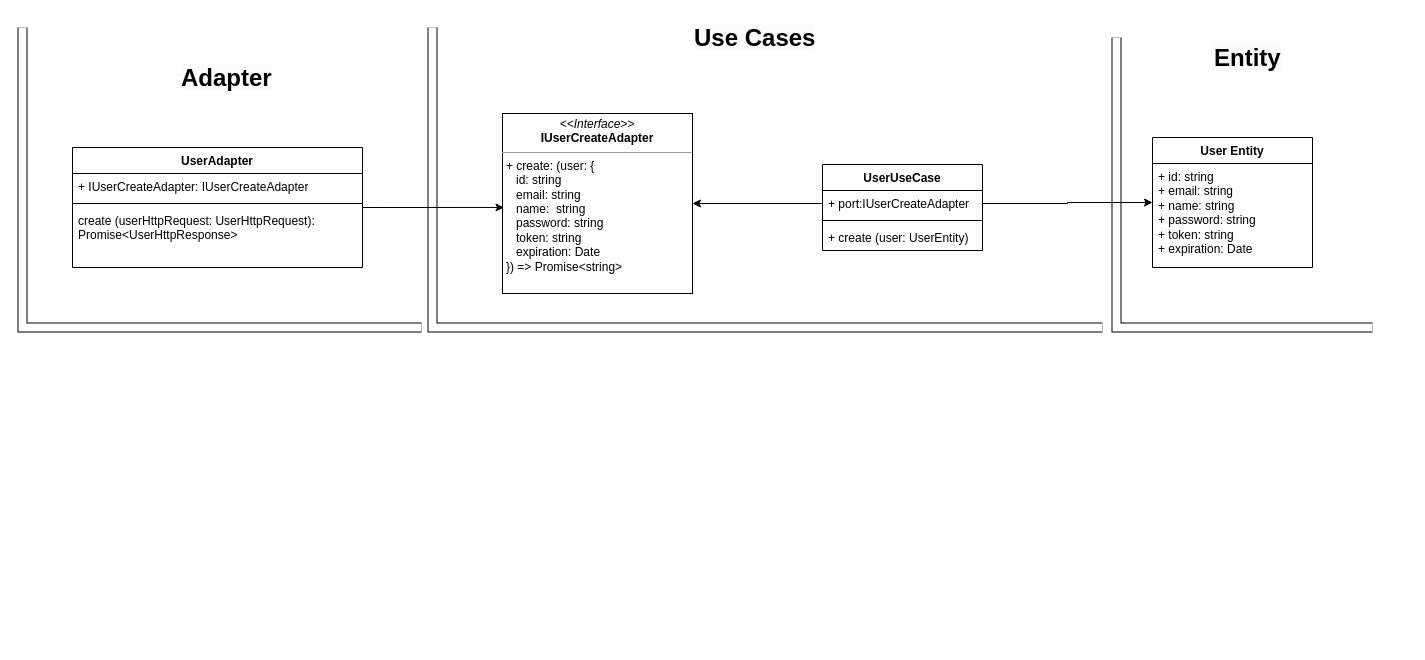
edmooliveira29/backend-system keeps this draw.io diagram as Class Diagram - backend.drawio. Above is the earlier version. Source tidied: cells renumbered, new cells numbered last; positions are measured from the earlier drawing's top-left corner, leaving out a move shared by most shapes. Both pictures are drawn from the tidied source at 100%, with x=0, y=0 at pixel (22, 17).
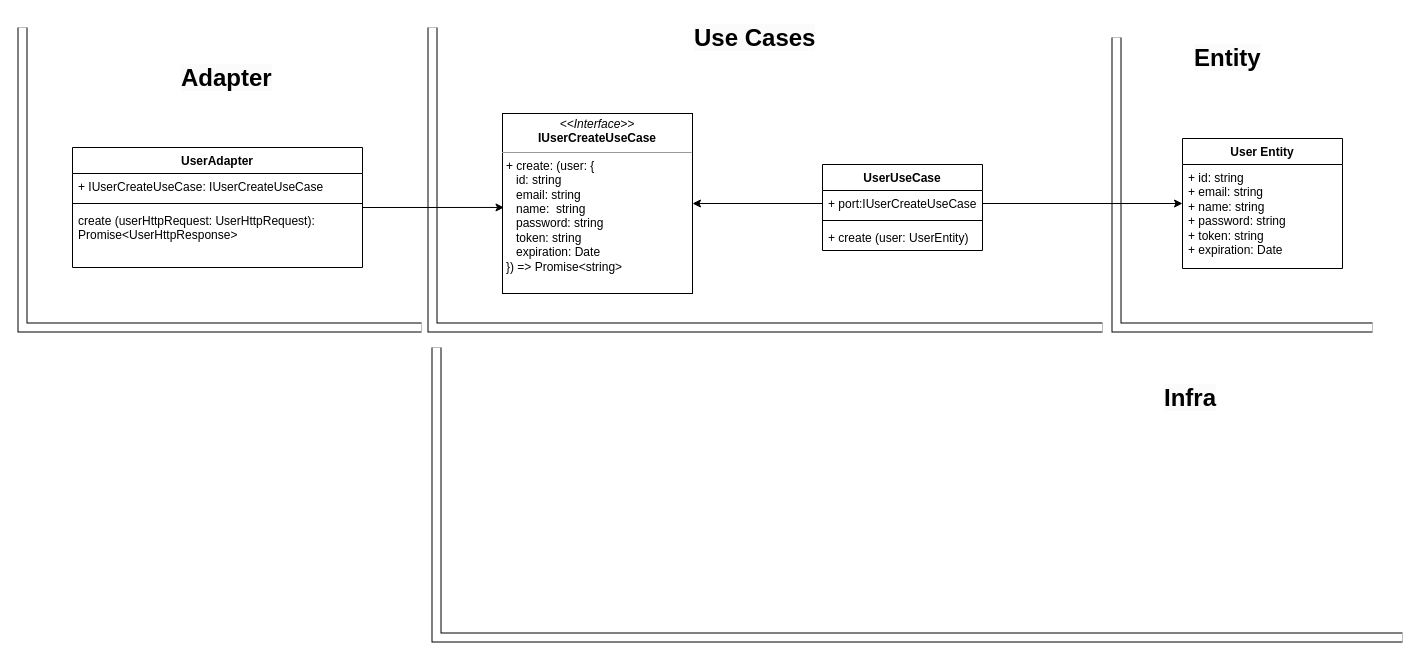
After the change.

Unchanged cells that the change refers to:
```xml
<mxCell id="2" value="UserUseCase" style="swimlane;fontStyle=1;align=center;verticalAlign=top;horizontal=1;startSize=26;whiteSpace=wrap;html=1;" parent="1" vertex="1">
  <mxGeometry x="800" y="147" width="160" height="86" as="geometry" />
</mxCell>
<mxCell id="8" value="UserAdapter" style="swimlane;fontStyle=1;align=center;verticalAlign=top;horizontal=1;startSize=26;whiteSpace=wrap;html=1;" parent="1" vertex="1">
  <mxGeometry x="50" y="130" width="290" height="120" as="geometry" />
</mxCell>
```

Diff of the diagram source:
```diff
@@
-    <mxCell id="3" value="+ port:IUserCreateAdapter" style="text;strokeColor=none;fillColor=none;align=left;verticalAlign=top;spacingLeft=4;spacingRight=4;overflow=hidden;points=[[0,0.5],[1,0.5]];portConstraint=eastwest;whiteSpace=wrap;html=1;" parent="2" vertex="1">
+    <mxCell id="3" value="+ port:IUserCreateUseCase" style="text;strokeColor=none;fillColor=none;align=left;verticalAlign=top;spacingLeft=4;spacingRight=4;overflow=hidden;points=[[0,0.5],[1,0.5]];portConstraint=eastwest;whiteSpace=wrap;html=1;" parent="2" vertex="1">
       <mxGeometry y="26" width="160" height="26" as="geometry" />
     </mxCell>
@@
-    <mxCell id="6" value="&lt;p style=&quot;margin:0px;margin-top:4px;text-align:center;&quot;&gt;&lt;i&gt;&amp;lt;&amp;lt;Interface&amp;gt;&amp;gt;&lt;/i&gt;&lt;br&gt;&lt;b&gt;IUserCreateAdapter&lt;/b&gt;&lt;br&gt;&lt;/p&gt;&lt;hr size=&quot;1&quot;&gt;&lt;p style=&quot;margin:0px;margin-left:4px;&quot;&gt;&lt;/p&gt;&lt;p style=&quot;margin:0px;margin-left:4px;&quot;&gt;+&amp;nbsp;create: (user: {&lt;/p&gt;&lt;p style=&quot;margin:0px;margin-left:4px;&quot;&gt;&amp;nbsp; &amp;nbsp;id: string&amp;nbsp;&lt;/p&gt;&lt;p style=&quot;margin:0px;margin-left:4px;&quot;&gt;&amp;nbsp; &amp;nbsp;email: string&amp;nbsp;&lt;/p&gt;&lt;p style=&quot;margin:0px;margin-left:4px;&quot;&gt;&amp;nbsp; &amp;nbsp;name:&amp;nbsp; string&amp;nbsp;&lt;/p&gt;&lt;p style=&quot;margin:0px;margin-left:4px;&quot;&gt;&amp;nbsp; &amp;nbsp;password: string&amp;nbsp;&lt;/p&gt;&lt;p style=&quot;margin:0px;margin-left:4px;&quot;&gt;&amp;nbsp; &amp;nbsp;token: string&lt;/p&gt;&lt;p style=&quot;margin:0px;margin-left:4px;&quot;&gt;&amp;nbsp; &amp;nbsp;expiration: Date&amp;nbsp;&lt;/p&gt;&lt;p style=&quot;margin:0px;margin-left:4px;&quot;&gt;}) =&amp;gt; Promise&amp;lt;string&amp;gt;&lt;/p&gt;" style="verticalAlign=top;align=left;overflow=fill;fontSize=12;fontFamily=Helvetica;html=1;whiteSpace=wrap;" parent="1" vertex="1">
+    <mxCell id="6" value="&lt;p style=&quot;margin:0px;margin-top:4px;text-align:center;&quot;&gt;&lt;i&gt;&amp;lt;&amp;lt;Interface&amp;gt;&amp;gt;&lt;/i&gt;&lt;br&gt;&lt;b&gt;IUserCreateUseCase&lt;/b&gt;&lt;br&gt;&lt;/p&gt;&lt;hr size=&quot;1&quot;&gt;&lt;p style=&quot;margin:0px;margin-left:4px;&quot;&gt;&lt;/p&gt;&lt;p style=&quot;margin:0px;margin-left:4px;&quot;&gt;+&amp;nbsp;create: (user: {&lt;/p&gt;&lt;p style=&quot;margin:0px;margin-left:4px;&quot;&gt;&amp;nbsp; &amp;nbsp;id: string&amp;nbsp;&lt;/p&gt;&lt;p style=&quot;margin:0px;margin-left:4px;&quot;&gt;&amp;nbsp; &amp;nbsp;email: string&amp;nbsp;&lt;/p&gt;&lt;p style=&quot;margin:0px;margin-left:4px;&quot;&gt;&amp;nbsp; &amp;nbsp;name:&amp;nbsp; string&amp;nbsp;&lt;/p&gt;&lt;p style=&quot;margin:0px;margin-left:4px;&quot;&gt;&amp;nbsp; &amp;nbsp;password: string&amp;nbsp;&lt;/p&gt;&lt;p style=&quot;margin:0px;margin-left:4px;&quot;&gt;&amp;nbsp; &amp;nbsp;token: string&lt;/p&gt;&lt;p style=&quot;margin:0px;margin-left:4px;&quot;&gt;&amp;nbsp; &amp;nbsp;expiration: Date&amp;nbsp;&lt;/p&gt;&lt;p style=&quot;margin:0px;margin-left:4px;&quot;&gt;}) =&amp;gt; Promise&amp;lt;string&amp;gt;&lt;/p&gt;" style="verticalAlign=top;align=left;overflow=fill;fontSize=12;fontFamily=Helvetica;html=1;whiteSpace=wrap;" parent="1" vertex="1">
       <mxGeometry x="480" y="96" width="190" height="180" as="geometry" />
     </mxCell>
@@
-    <mxCell id="9" value="+&amp;nbsp;IUserCreateAdapter: IUserCreateAdapter" style="text;strokeColor=none;fillColor=none;align=left;verticalAlign=top;spacingLeft=4;spacingRight=4;overflow=hidden;whiteSpace=wrap;html=1;" parent="8" vertex="1">
+    <mxCell id="9" value="+&amp;nbsp;IUserCreateUseCase: IUserCreateUseCase" style="text;strokeColor=none;fillColor=none;align=left;verticalAlign=top;spacingLeft=4;spacingRight=4;overflow=hidden;whiteSpace=wrap;html=1;" parent="8" vertex="1">
       <mxGeometry y="26" width="290" height="26" as="geometry" />
     </mxCell>
@@
     <mxCell id="16" value="&lt;span style=&quot;color: rgb(0, 0, 0); font-family: Helvetica; font-size: 24px; font-style: normal; font-variant-ligatures: normal; font-variant-caps: normal; font-weight: 700; letter-spacing: normal; orphans: 2; text-align: center; text-indent: 0px; text-transform: none; widows: 2; word-spacing: 0px; -webkit-text-stroke-width: 0px; background-color: rgb(251, 251, 251); text-decoration-thickness: initial; text-decoration-style: initial; text-decoration-color: initial; float: none; display: inline !important;&quot;&gt;Entity&lt;/span&gt;" style="text;whiteSpace=wrap;html=1;" parent="1" vertex="1">
-      <mxGeometry x="1190" y="20" width="150" height="50" as="geometry" />
+      <mxGeometry x="1170" y="20" width="150" height="50" as="geometry" />
     </mxCell>
@@
     <mxCell id="18" value="User Entity&lt;div style=&quot;border-color: var(--border-color); padding: 0px; margin: 0px;&quot;&gt;&lt;br style=&quot;border-color: var(--border-color); padding: 0px; margin: 0px; font-weight: 400;&quot;&gt;&lt;/div&gt;" style="swimlane;fontStyle=1;align=center;verticalAlign=top;horizontal=1;startSize=26;whiteSpace=wrap;html=1;" parent="1" vertex="1">
-      <mxGeometry x="1130" y="120" width="160" height="130" as="geometry" />
+      <mxGeometry x="1160" y="121" width="160" height="130" as="geometry" />
     </mxCell>
-    <mxCell id="19" value="+ id: string&lt;br style=&quot;border-color: var(--border-color); padding: 0px; margin: 0px;&quot;&gt;&lt;span style=&quot;&quot;&gt;+ email: string&lt;/span&gt;&lt;br style=&quot;border-color: var(--border-color); padding: 0px; margin: 0px;&quot;&gt;&lt;span style=&quot;&quot;&gt;+ name: string&lt;/span&gt;&lt;br style=&quot;border-color: var(--border-color); padding: 0px; margin: 0px;&quot;&gt;&lt;span style=&quot;&quot;&gt;+ password: string&lt;/span&gt;&lt;br style=&quot;border-color: var(--border-color); padding: 0px; margin: 0px;&quot;&gt;&lt;span style=&quot;&quot;&gt;+ token: string&lt;/span&gt;&lt;br style=&quot;border-color: var(--border-color); padding: 0px; margin: 0px;&quot;&gt;&lt;span style=&quot;&quot;&gt;+ expiration: Date&lt;/span&gt;" style="text;strokeColor=none;fillColor=none;align=left;verticalAlign=top;spacingLeft=4;spacingRight=4;overflow=hidden;whiteSpace=wrap;html=1;" parent="18" vertex="1">
+    <mxCell id="19" value="+ id: string&lt;br style=&quot;border-color: var(--border-color); padding: 0px; margin: 0px;&quot;&gt;&lt;span style=&quot;&quot;&gt;+ email: string&lt;/span&gt;&lt;br style=&quot;border-color: var(--border-color); padding: 0px; margin: 0px;&quot;&gt;&lt;span style=&quot;&quot;&gt;+ name: string&lt;/span&gt;&lt;br style=&quot;border-color: var(--border-color); padding: 0px; margin: 0px;&quot;&gt;&lt;span style=&quot;&quot;&gt;+ password: string&lt;/span&gt;&lt;br style=&quot;border-color: var(--border-color); padding: 0px; margin: 0px;&quot;&gt;&lt;span style=&quot;&quot;&gt;+ token: string&lt;br&gt;&lt;/span&gt;&lt;span style=&quot;&quot;&gt;+ expiration: Date&lt;/span&gt;" style="text;strokeColor=none;fillColor=none;align=left;verticalAlign=top;spacingLeft=4;spacingRight=4;overflow=hidden;whiteSpace=wrap;html=1;" parent="18" vertex="1">
       <mxGeometry y="26" width="160" height="104" as="geometry" />
     </mxCell>
@@
+    <mxCell id="22" value="&lt;span style=&quot;color: rgb(0, 0, 0); font-family: Helvetica; font-size: 24px; font-style: normal; font-variant-ligatures: normal; font-variant-caps: normal; font-weight: 700; letter-spacing: normal; orphans: 2; text-align: center; text-indent: 0px; text-transform: none; widows: 2; word-spacing: 0px; -webkit-text-stroke-width: 0px; background-color: rgb(251, 251, 251); text-decoration-thickness: initial; text-decoration-style: initial; text-decoration-color: initial; float: none; display: inline !important;&quot;&gt;Infra&lt;/span&gt;" style="text;whiteSpace=wrap;html=1;" parent="1" vertex="1">
+      <mxGeometry x="1140" y="360" width="150" height="50" as="geometry" />
+    </mxCell>
+    <mxCell id="23" style="shape=filledEdge;curved=0;rounded=0;fixDash=1;endArrow=none;strokeWidth=10;fillColor=#ffffff;edgeStyle=orthogonalEdgeStyle;html=1;" parent="1" edge="1">
+      <mxGeometry relative="1" as="geometry">
+        <mxPoint x="1380" y="620" as="sourcePoint" />
+        <mxPoint x="414" y="330" as="targetPoint" />
+        <Array as="points">
+          <mxPoint x="414" y="620" />
+        </Array>
+      </mxGeometry>
+    </mxCell>
```
